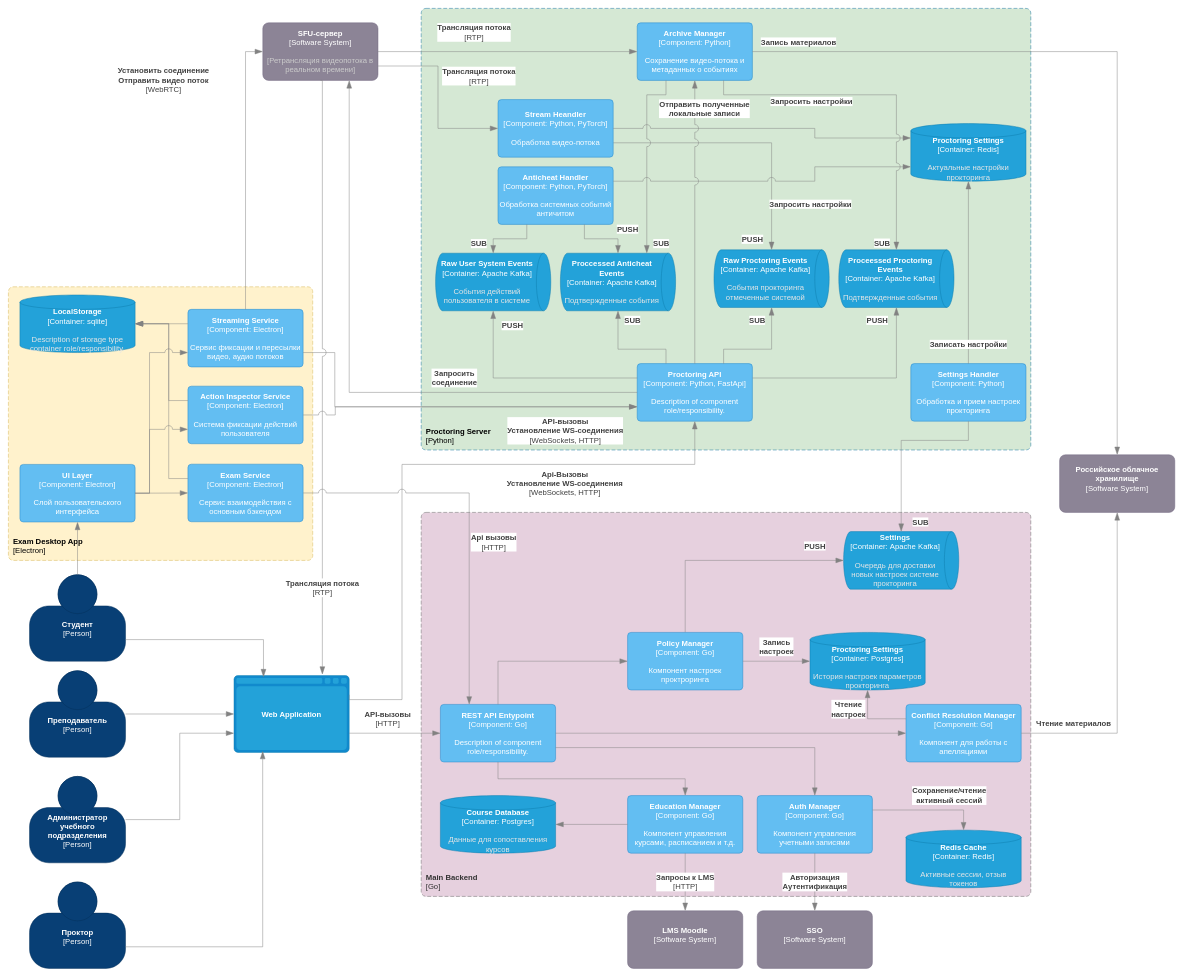
This is src/drawio/c4-component.drawio from Tulitanir/se-sstu-2026, a draw.io file, before an edit. Source tidied: cells renumbered, new cells numbered last; positions are measured from the earlier drawing's top-left corner, leaving out a move shared by most shapes. Both pictures are drawn from the tidied source at 48%, with x=0, y=0 at pixel (8, 8).
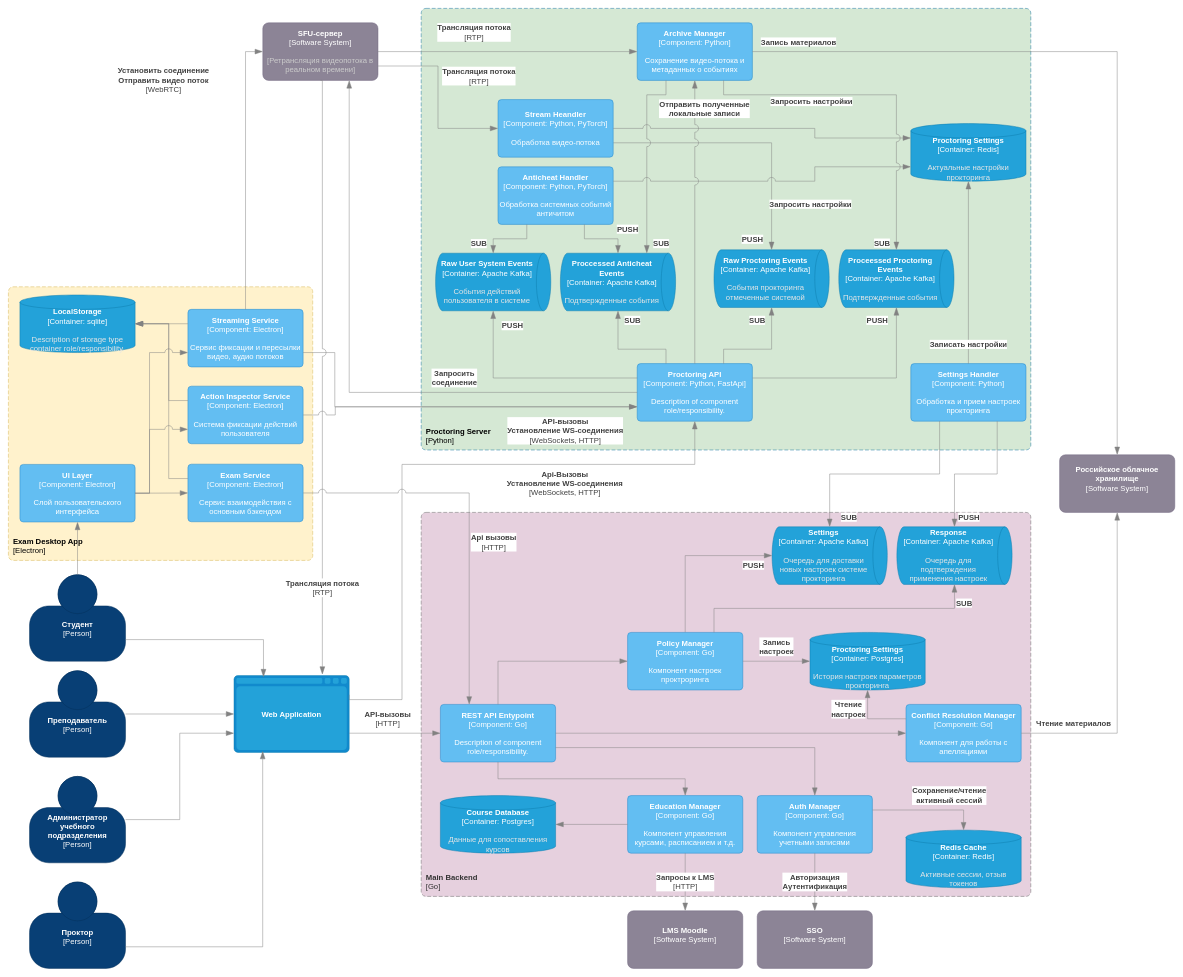
The same diagram, later.

Commit message (it also covers changes not shown here):
Added protobuf schemas for queues

Unchanged cells that the change refers to:
```xml
<object id="21" label="&lt;font&gt;&lt;b&gt;%c4Name%&lt;/b&gt;&lt;/font&gt;&lt;div&gt;[%c4Type%: %c4Technology%]&lt;/div&gt;&lt;br&gt;&lt;div&gt;&lt;font&gt;%c4Description%&lt;/font&gt;&lt;/div&gt;" c4Description="Обработка и прием настроек прокторинга" c4Name="Settings Handler" c4Technology="Python" c4Type="Component" placeholders="1">
  <mxCell style="rounded=1;whiteSpace=wrap;html=1;labelBackgroundColor=none;fillColor=#63BEF2;fontColor=#ffffff;align=center;arcSize=6;strokeColor=#2086C9;points=[[0.25,0,0],[0.5,0,0],[0.75,0,0],[1,0.25,0],[1,0.5,0],[1,0.75,0],[0.75,1,0],[0.5,1,0],[0.25,1,0],[0,0.75,0],[0,0.5,0],[0,0.25,0]];fontSize=16;" parent="1" vertex="1">
    <mxGeometry x="1880" y="740" width="240" height="120" as="geometry" />
  </mxCell>
</object>
<object id="39" label="&lt;font&gt;&lt;b&gt;%c4Name%&lt;/b&gt;&lt;/font&gt;&lt;div&gt;[%c4Type%: %c4Technology%]&lt;/div&gt;&lt;br&gt;&lt;div&gt;&lt;font&gt;%c4Description%&lt;/font&gt;&lt;/div&gt;" c4Description="Компонент настроек проктроринга" c4Name="Policy Manager" c4Technology="Go" c4Type="Component" placeholders="1">
  <mxCell style="rounded=1;whiteSpace=wrap;html=1;labelBackgroundColor=none;fillColor=#63BEF2;fontColor=#ffffff;align=center;arcSize=6;strokeColor=#2086C9;points=[[0.25,0,0],[0.5,0,0],[0.75,0,0],[1,0.25,0],[1,0.5,0],[1,0.75,0],[0.75,1,0],[0.5,1,0],[0.25,1,0],[0,0.75,0],[0,0.5,0],[0,0.25,0]];fontSize=16;" parent="1" vertex="1">
    <mxGeometry x="1290" y="1300" width="240" height="120" as="geometry" />
  </mxCell>
</object>
```

The edit, as a diff of the source:
```diff
@@
     <object id="9" label="&lt;font&gt;&lt;b&gt;%c4Name%&lt;/b&gt;&lt;/font&gt;&lt;div&gt;[%c4Type%:&amp;nbsp;%c4Technology%]&lt;/div&gt;&lt;br&gt;&lt;div&gt;&lt;font&gt;&lt;font color=&quot;#E6E6E6&quot;&gt;%c4Description%&lt;/font&gt;&lt;/font&gt;&lt;/div&gt;" c4Description="Очередь для доставки новых настроек системе прокторинга" c4Name="Settings" c4Technology="Apache Kafka" c4Type="Container" placeholders="1">
       <mxCell style="shape=cylinder3;size=15;direction=south;whiteSpace=wrap;html=1;boundedLbl=1;rounded=0;labelBackgroundColor=none;fillColor=#23A2D9;fontSize=16;fontColor=#ffffff;align=center;strokeColor=#0E7DAD;points=[[0.5,0,0],[1,0.25,0],[1,0.5,0],[1,0.75,0],[0.5,1,0],[0,0.75,0],[0,0.5,0],[0,0.25,0]];" parent="1" vertex="1">
-        <mxGeometry x="1740" y="1090" width="240" height="120" as="geometry" />
+        <mxGeometry x="1591" y="1080" width="240" height="120" as="geometry" />
       </mxCell>
     </object>
@@
     <object id="18" label="&lt;div style=&quot;text-align: left&quot;&gt;&lt;div style=&quot;text-align: center&quot;&gt;&lt;b&gt;%c4Description%&lt;/b&gt;&lt;/div&gt;&lt;/div&gt;" c4Description="PUSH" placeholders="1">
       <mxCell style="endArrow=blockThin;html=1;fontSize=16;fontColor=#404040;strokeWidth=1;endFill=1;strokeColor=#828282;elbow=vertical;endSize=14;startSize=14;jumpStyle=arc;jumpSize=16;rounded=0;edgeStyle=orthogonalEdgeStyle;entryX=0.5;entryY=1;entryDx=0;entryDy=0;entryPerimeter=0;exitX=0.5;exitY=0;exitDx=0;exitDy=0;exitPerimeter=0;" parent="1" edge="1" source="39" target="9">
-        <mxGeometry x="0.75" y="30" relative="1" as="geometry" />
+        <mxGeometry x="0.77" y="-20" relative="1" as="geometry" />
       </mxCell>
     </object>
@@
     <object id="27" label="&lt;div style=&quot;text-align: left&quot;&gt;&lt;div style=&quot;text-align: center&quot;&gt;&lt;b&gt;%c4Description%&lt;/b&gt;&lt;/div&gt;&lt;/div&gt;" c4Description="SUB" placeholders="1">
-      <mxCell style="endArrow=blockThin;html=1;fontSize=16;fontColor=#404040;strokeWidth=1;endFill=1;strokeColor=#828282;elbow=vertical;endSize=14;startSize=14;jumpStyle=arc;jumpSize=16;rounded=0;edgeStyle=orthogonalEdgeStyle;entryX=0;entryY=0.5;entryDx=0;entryDy=0;entryPerimeter=0;exitX=0.5;exitY=1;exitDx=0;exitDy=0;exitPerimeter=0;" parent="1" edge="1" source="21" target="9">
-        <mxGeometry x="0.89" y="40" relative="1" as="geometry">
+      <mxCell style="endArrow=blockThin;html=1;fontSize=16;fontColor=#404040;strokeWidth=1;endFill=1;strokeColor=#828282;elbow=vertical;endSize=14;startSize=14;jumpStyle=arc;jumpSize=16;rounded=0;edgeStyle=orthogonalEdgeStyle;entryX=0;entryY=0.5;entryDx=0;entryDy=0;entryPerimeter=0;exitX=0.25;exitY=1;exitDx=0;exitDy=0;exitPerimeter=0;" parent="1" edge="1" source="21" target="9">
+        <mxGeometry x="0.91" y="40" relative="1" as="geometry">
           <Array as="points">
-            <mxPoint x="2000" y="900" />
-            <mxPoint x="1860" y="900" />
+            <mxPoint x="1940" y="970" />
+            <mxPoint x="1711" y="970" />
           </Array>
         </mxGeometry>
       </mxCell>
     </object>
@@
+    <object id="86" label="&lt;font&gt;&lt;b&gt;%c4Name%&lt;/b&gt;&lt;/font&gt;&lt;div&gt;[%c4Type%:&amp;nbsp;%c4Technology%]&lt;/div&gt;&lt;br&gt;&lt;div&gt;&lt;font&gt;&lt;font color=&quot;#E6E6E6&quot;&gt;%c4Description%&lt;/font&gt;&lt;/font&gt;&lt;/div&gt;" c4Description="Очередь для подтверждения применения настроек" c4Name="Response" c4Technology="Apache Kafka" c4Type="Container" placeholders="1">
+      <mxCell style="shape=cylinder3;size=15;direction=south;whiteSpace=wrap;html=1;boundedLbl=1;rounded=0;labelBackgroundColor=none;fillColor=#23A2D9;fontSize=16;fontColor=#ffffff;align=center;strokeColor=#0E7DAD;points=[[0.5,0,0],[1,0.25,0],[1,0.5,0],[1,0.75,0],[0.5,1,0],[0,0.75,0],[0,0.5,0],[0,0.25,0]];" parent="1" vertex="1">
+        <mxGeometry x="1851" y="1080" width="240" height="120" as="geometry" />
+      </mxCell>
+    </object>
+    <object id="87" label="&lt;div style=&quot;text-align: left&quot;&gt;&lt;div style=&quot;text-align: center&quot;&gt;&lt;b&gt;%c4Description%&lt;/b&gt;&lt;/div&gt;&lt;/div&gt;" c4Description="PUSH" placeholders="1">
+      <mxCell style="endArrow=blockThin;html=1;fontSize=16;fontColor=#404040;strokeWidth=1;endFill=1;strokeColor=#828282;elbow=vertical;endSize=14;startSize=14;jumpStyle=arc;jumpSize=16;rounded=0;edgeStyle=orthogonalEdgeStyle;exitX=0.75;exitY=1;exitDx=0;exitDy=0;exitPerimeter=0;entryX=0;entryY=0.5;entryDx=0;entryDy=0;entryPerimeter=0;" parent="1" edge="1" source="21" target="86">
+        <mxGeometry x="0.87" y="30" relative="1" as="geometry" />
+      </mxCell>
+    </object>
+    <object id="88" label="&lt;div style=&quot;text-align: left&quot;&gt;&lt;div style=&quot;text-align: center&quot;&gt;&lt;b&gt;%c4Description%&lt;/b&gt;&lt;/div&gt;&lt;/div&gt;" c4Description="SUB" placeholders="1">
+      <mxCell style="endArrow=blockThin;html=1;fontSize=16;fontColor=#404040;strokeWidth=1;endFill=1;strokeColor=#828282;elbow=vertical;endSize=14;startSize=14;jumpStyle=arc;jumpSize=16;rounded=0;edgeStyle=orthogonalEdgeStyle;exitX=0.75;exitY=0;exitDx=0;exitDy=0;exitPerimeter=0;entryX=1;entryY=0.5;entryDx=0;entryDy=0;entryPerimeter=0;" parent="1" edge="1" source="39" target="86">
+        <mxGeometry x="0.87" y="-20" relative="1" as="geometry" />
+      </mxCell>
+    </object>
```
